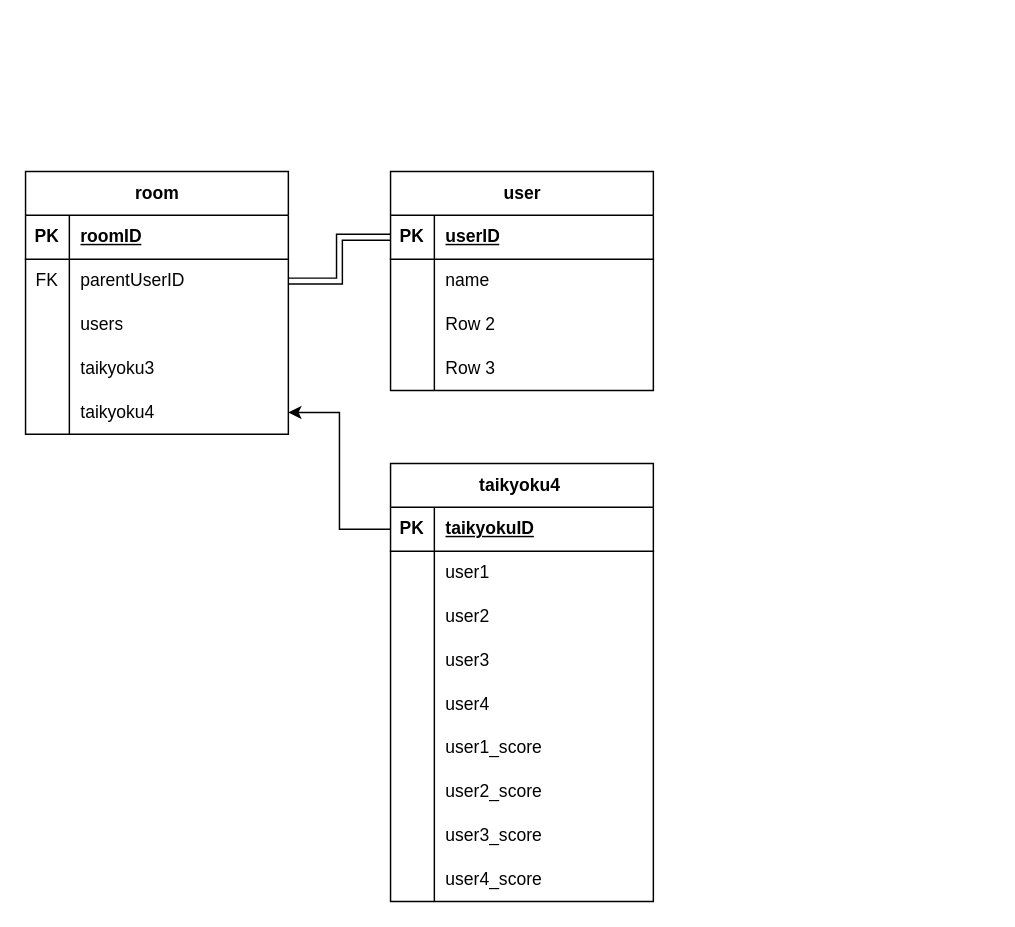
This is PungPals_ER.drawio from kechigon/PungPals, a draw.io file, before an edit. Source tidied: cells renumbered, new cells numbered last; positions are measured from the earlier drawing's top-left corner, leaving out a move shared by most shapes. Both pictures are drawn from the tidied source at 146%, with x=0, y=0 at pixel (25, 171).
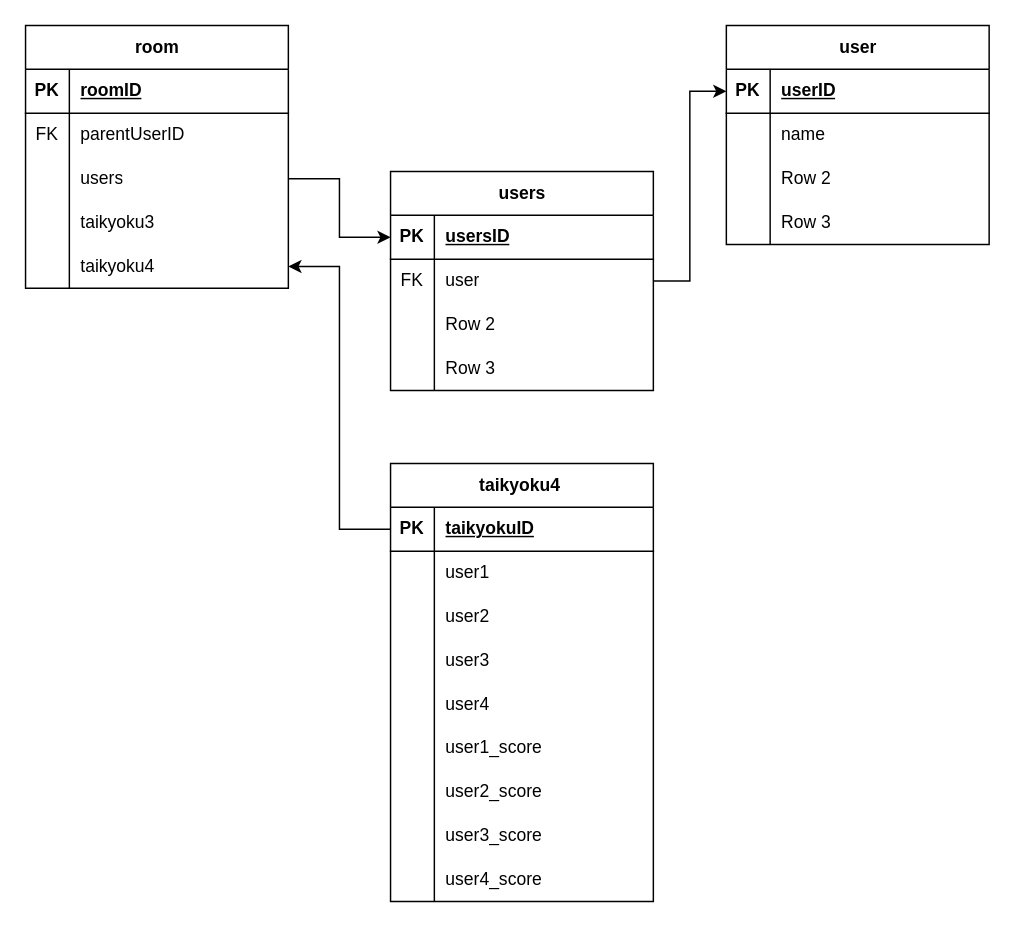
Above is the later version.

Commit message:
PungPals_ER.drawio を更新します

The change refers to these unchanged cells:
```xml
<mxCell id="6" style="shape=tableRow;horizontal=0;startSize=0;swimlaneHead=0;swimlaneBody=0;fillColor=none;points=[[0,0.5],[1,0.5]];portConstraint=eastwest;top=0;left=0;right=0;bottom=0;" parent="2" vertex="1">
  <mxGeometry y="60" width="180" height="30" as="geometry" />
</mxCell>
<mxCell id="9" style="shape=tableRow;horizontal=0;startSize=0;swimlaneHead=0;swimlaneBody=0;fillColor=none;points=[[0,0.5],[1,0.5]];portConstraint=eastwest;top=0;left=0;right=0;bottom=0;" parent="2" vertex="1">
  <mxGeometry y="90" width="180" height="30" as="geometry" />
</mxCell>
<mxCell id="19" style="shape=tableRow;horizontal=0;startSize=0;swimlaneHead=0;swimlaneBody=0;fillColor=none;points=[[0,0.5],[1,0.5]];portConstraint=eastwest;top=0;left=0;right=0;bottom=1;" parent="18" vertex="1">
  <mxGeometry y="30" width="180" height="30" as="geometry" />
</mxCell>
<mxCell id="22" style="shape=tableRow;horizontal=0;startSize=0;swimlaneHead=0;swimlaneBody=0;fillColor=none;points=[[0,0.5],[1,0.5]];portConstraint=eastwest;top=0;left=0;right=0;bottom=0;" parent="18" vertex="1">
  <mxGeometry y="60" width="180" height="30" as="geometry" />
</mxCell>
```

Change to the diagram source:
```diff
@@
     <mxCell id="2" value="room" style="shape=table;startSize=30;childLayout=tableLayout;rowLines=0;fontStyle=1;align=center;html=1;" parent="1" vertex="1">
-      <mxGeometry width="180" height="180" as="geometry" />
+      <mxGeometry y="-100" width="180" height="180" as="geometry" />
     </mxCell>
@@
-    <mxCell id="18" value="user" style="shape=table;startSize=30;childLayout=tableLayout;rowLines=0;fontStyle=1;align=center;html=1;" parent="1" vertex="1">
+    <mxCell id="18" value="users" style="shape=table;startSize=30;childLayout=tableLayout;rowLines=0;fontStyle=1;align=center;html=1;" parent="1" vertex="1">
       <mxGeometry x="250" width="180" height="150" as="geometry" />
     </mxCell>
@@
-    <mxCell id="21" value="userID" style="shape=partialRectangle;fillColor=none;top=0;left=0;bottom=0;right=0;align=left;spacingLeft=6;fontStyle=5;overflow=hidden;whiteSpace=wrap;html=1;" parent="19" vertex="1">
+    <mxCell id="21" value="usersID" style="shape=partialRectangle;fillColor=none;top=0;left=0;bottom=0;right=0;align=left;spacingLeft=6;fontStyle=5;overflow=hidden;whiteSpace=wrap;html=1;" parent="19" vertex="1">
       <mxGeometry x="30" width="150" height="30" as="geometry" />
     </mxCell>
@@
-    <mxCell id="23" style="shape=partialRectangle;fillColor=none;top=0;left=0;bottom=0;right=0;overflow=hidden;whiteSpace=wrap;html=1;" parent="22" vertex="1">
+    <mxCell id="23" value="FK" style="shape=partialRectangle;fillColor=none;top=0;left=0;bottom=0;right=0;overflow=hidden;whiteSpace=wrap;html=1;" parent="22" vertex="1">
       <mxGeometry width="30" height="30" as="geometry" />
     </mxCell>
-    <mxCell id="24" value="name" style="shape=partialRectangle;fillColor=none;top=0;left=0;bottom=0;right=0;align=left;spacingLeft=6;overflow=hidden;whiteSpace=wrap;html=1;" parent="22" vertex="1">
+    <mxCell id="24" value="user" style="shape=partialRectangle;fillColor=none;top=0;left=0;bottom=0;right=0;align=left;spacingLeft=6;overflow=hidden;whiteSpace=wrap;html=1;" parent="22" vertex="1">
       <mxGeometry x="30" width="150" height="30" as="geometry" />
     </mxCell>
@@
-    <mxCell id="31" style="edgeStyle=orthogonalEdgeStyle;rounded=0;jettySize=auto;html=1;exitX=1;exitY=0.5;exitDx=0;exitDy=0;entryX=0;entryY=0.5;entryDx=0;entryDy=0;endArrow=ERone;endFill=0;shape=link;" parent="1" edge="1" source="6" target="19">
-      <mxGeometry relative="1" as="geometry" />
-    </mxCell>
@@
+    <mxCell id="61" value="user" style="shape=table;startSize=30;childLayout=tableLayout;rowLines=0;fontStyle=1;align=center;html=1;" parent="1" vertex="1">
+      <mxGeometry x="480" y="-100" width="180" height="150" as="geometry" />
+    </mxCell>
+    <mxCell id="62" style="shape=tableRow;horizontal=0;startSize=0;swimlaneHead=0;swimlaneBody=0;fillColor=none;points=[[0,0.5],[1,0.5]];portConstraint=eastwest;top=0;left=0;right=0;bottom=1;" parent="61" vertex="1">
+      <mxGeometry y="30" width="180" height="30" as="geometry" />
+    </mxCell>
+    <mxCell id="63" value="PK" style="shape=partialRectangle;fillColor=none;top=0;left=0;bottom=0;right=0;fontStyle=1;overflow=hidden;whiteSpace=wrap;html=1;" parent="62" vertex="1">
+      <mxGeometry width="30" height="30" as="geometry" />
+    </mxCell>
+    <mxCell id="64" value="userID" style="shape=partialRectangle;fillColor=none;top=0;left=0;bottom=0;right=0;align=left;spacingLeft=6;fontStyle=5;overflow=hidden;whiteSpace=wrap;html=1;" parent="62" vertex="1">
+      <mxGeometry x="30" width="150" height="30" as="geometry" />
+    </mxCell>
+    <mxCell id="65" style="shape=tableRow;horizontal=0;startSize=0;swimlaneHead=0;swimlaneBody=0;fillColor=none;top=0;left=0;right=0;bottom=0;" parent="61" vertex="1">
+      <mxGeometry y="60" width="180" height="30" as="geometry" />
+    </mxCell>
+    <mxCell id="66" style="shape=partialRectangle;fillColor=none;top=0;left=0;bottom=0;right=0;overflow=hidden;whiteSpace=wrap;html=1;" parent="65" vertex="1">
+      <mxGeometry width="30" height="30" as="geometry" />
+    </mxCell>
+    <mxCell id="67" value="name" style="shape=partialRectangle;fillColor=none;top=0;left=0;bottom=0;right=0;align=left;spacingLeft=6;overflow=hidden;whiteSpace=wrap;html=1;" parent="65" vertex="1">
+      <mxGeometry x="30" width="150" height="30" as="geometry" />
+    </mxCell>
+    <mxCell id="68" style="shape=tableRow;horizontal=0;startSize=0;swimlaneHead=0;swimlaneBody=0;fillColor=none;top=0;left=0;right=0;bottom=0;" parent="61" vertex="1">
+      <mxGeometry y="90" width="180" height="30" as="geometry" />
+    </mxCell>
+    <mxCell id="69" style="shape=partialRectangle;fillColor=none;top=0;left=0;bottom=0;right=0;overflow=hidden;whiteSpace=wrap;html=1;" parent="68" vertex="1">
+      <mxGeometry width="30" height="30" as="geometry" />
+    </mxCell>
+    <mxCell id="70" value="Row 2" style="shape=partialRectangle;fillColor=none;top=0;left=0;bottom=0;right=0;align=left;spacingLeft=6;overflow=hidden;whiteSpace=wrap;html=1;" parent="68" vertex="1">
+      <mxGeometry x="30" width="150" height="30" as="geometry" />
+    </mxCell>
+    <mxCell id="71" style="shape=tableRow;horizontal=0;startSize=0;swimlaneHead=0;swimlaneBody=0;fillColor=none;top=0;left=0;right=0;bottom=0;" parent="61" vertex="1">
+      <mxGeometry y="120" width="180" height="30" as="geometry" />
+    </mxCell>
+    <mxCell id="72" style="shape=partialRectangle;fillColor=none;top=0;left=0;bottom=0;right=0;overflow=hidden;whiteSpace=wrap;html=1;" parent="71" vertex="1">
+      <mxGeometry width="30" height="30" as="geometry" />
+    </mxCell>
+    <mxCell id="73" value="Row 3" style="shape=partialRectangle;fillColor=none;top=0;left=0;bottom=0;right=0;align=left;spacingLeft=6;overflow=hidden;whiteSpace=wrap;html=1;" parent="71" vertex="1">
+      <mxGeometry x="30" width="150" height="30" as="geometry" />
+    </mxCell>
+    <mxCell id="74" style="edgeStyle=orthogonalEdgeStyle;rounded=0;jettySize=auto;html=1;entryX=0;entryY=0.5;entryDx=0;entryDy=0;" parent="1" edge="1" source="22" target="62">
+      <mxGeometry relative="1" as="geometry" />
+    </mxCell>
+    <mxCell id="75" style="edgeStyle=orthogonalEdgeStyle;rounded=0;jettySize=auto;html=1;entryX=0;entryY=0.5;entryDx=0;entryDy=0;" parent="1" edge="1" source="9" target="19">
+      <mxGeometry relative="1" as="geometry" />
+    </mxCell>
```
